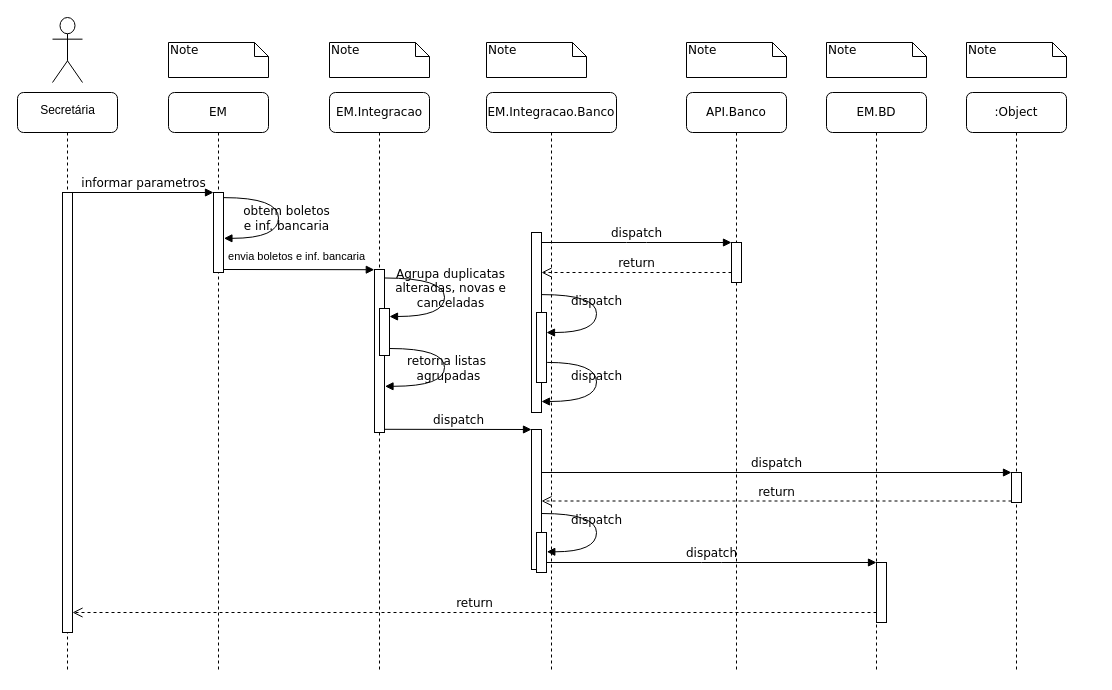
Joao-Daniel-EM/Joao-Daniel-EM keeps this draw.io diagram as Diagrama sem nome.drawio. Above is the earlier version. Source tidied: cells renumbered, new cells numbered last; positions are measured from the earlier drawing's top-left corner, leaving out a move shared by most shapes. Both pictures are drawn from the tidied source at 100%, with x=0, y=0 at pixel (17, 17).
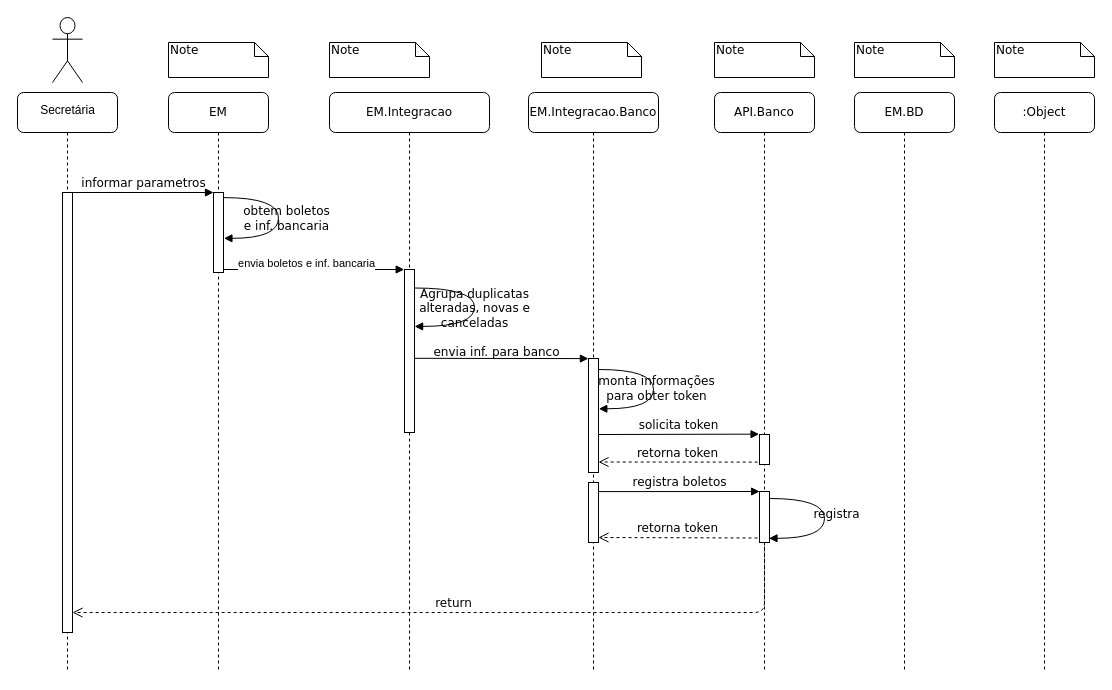
The same page after the edit.

The change refers to these unchanged cells:
```xml
<mxCell id="2" value="EM" style="shape=umlLifeline;perimeter=lifelinePerimeter;whiteSpace=wrap;html=1;rounded=1;shadow=0;comic=0;labelBackgroundColor=none;strokeWidth=1;fontFamily=Verdana;fontSize=12;align=center;" parent="1" vertex="1">
  <mxGeometry x="151" y="75" width="100" height="580" as="geometry" />
</mxCell>
```

What changed in the source:
```diff
@@
-    <mxCell id="5" value="envia boletos e inf. bancaria" style="html=1;verticalAlign=bottom;endArrow=block;curved=0;rounded=0;entryX=-0.024;entryY=0.001;entryDx=0;entryDy=0;entryPerimeter=0;" parent="2" edge="1">
-      <mxGeometry x="-0.03" y="4" relative="1" as="geometry">
+    <mxCell id="5" value="envia boletos e inf. bancaria" style="html=1;verticalAlign=bottom;endArrow=block;curved=0;rounded=0;entryX=-0.031;entryY=0;entryDx=0;entryDy=0;entryPerimeter=0;" parent="2" edge="1" target="7">
+      <mxGeometry x="-0.08" y="-3" relative="1" as="geometry">
         <mxPoint x="55" y="177" as="sourcePoint" />
-        <mxPoint x="205.8" y="177.2" as="targetPoint" />
       </mxGeometry>
     </mxCell>
     <mxCell id="6" value="EM.Integracao" style="shape=umlLifeline;perimeter=lifelinePerimeter;whiteSpace=wrap;html=1;rounded=1;shadow=0;comic=0;labelBackgroundColor=none;strokeWidth=1;fontFamily=Verdana;fontSize=12;align=center;" parent="1" vertex="1">
-      <mxGeometry x="312" y="75" width="100" height="580" as="geometry" />
+      <mxGeometry x="312" y="75" width="160" height="580" as="geometry" />
     </mxCell>
     <mxCell id="7" style="html=1;points=[];perimeter=orthogonalPerimeter;rounded=0;shadow=0;comic=0;labelBackgroundColor=none;strokeWidth=1;fontFamily=Verdana;fontSize=12;align=center;" parent="6" vertex="1">
-      <mxGeometry x="45" y="177" width="10" height="163" as="geometry" />
+      <mxGeometry x="75" y="177" width="10" height="163" as="geometry" />
     </mxCell>
-    <mxCell id="8" style="html=1;points=[[0,0,0,0,5],[0,1,0,0,-5],[1,0,0,0,5],[1,1,0,0,-5]];perimeter=orthogonalPerimeter;outlineConnect=0;targetShapes=umlLifeline;portConstraint=eastwest;newEdgeStyle={&quot;curved&quot;:0,&quot;rounded&quot;:0};" parent="6" vertex="1">
-      <mxGeometry x="50" y="216" width="10" height="47" as="geometry" />
-    </mxCell>
-    <mxCell id="9" value="Agrupa duplicatas&lt;br&gt;alteradas, novas e&lt;br&gt;canceladas" style="html=1;verticalAlign=bottom;endArrow=block;labelBackgroundColor=none;fontFamily=Verdana;fontSize=12;elbow=vertical;edgeStyle=orthogonalEdgeStyle;curved=1;exitX=0.988;exitY=0.052;exitPerimeter=0;exitDx=0;exitDy=0;" parent="6" edge="1" source="7" target="8">
-      <mxGeometry x="0.24" y="6" relative="1" as="geometry">
+    <mxCell id="9" value="Agrupa duplicatas&lt;br&gt;alteradas, novas e&lt;br&gt;canceladas" style="html=1;verticalAlign=bottom;endArrow=block;labelBackgroundColor=none;fontFamily=Verdana;fontSize=12;elbow=vertical;edgeStyle=orthogonalEdgeStyle;curved=1;exitX=0.988;exitY=0.052;exitPerimeter=0;exitDx=0;exitDy=0;entryX=1.011;entryY=0.288;entryDx=0;entryDy=0;entryPerimeter=0;" parent="6" edge="1">
+      <mxGeometry x="0.25" y="6" relative="1" as="geometry">
+        <mxPoint x="84.9" y="195.5" as="sourcePoint" />
+        <mxPoint x="85.1" y="233.9" as="targetPoint" />
         <Array as="points">
-          <mxPoint x="115" y="185" />
-          <mxPoint x="115" y="224" />
+          <mxPoint x="145" y="196" />
+          <mxPoint x="145" y="234" />
         </Array>
       </mxGeometry>
     </mxCell>
-    <mxCell id="10" value="retorna listas&lt;br&gt;&amp;nbsp;agrupadas" style="html=1;verticalAlign=bottom;endArrow=block;labelBackgroundColor=none;fontFamily=Verdana;fontSize=12;elbow=vertical;edgeStyle=orthogonalEdgeStyle;curved=1;entryX=1.051;entryY=0.461;entryPerimeter=0;entryDx=0;entryDy=0;" parent="6" edge="1">
-      <mxGeometry x="0.21" y="2" relative="1" as="geometry">
-        <mxPoint x="60" y="256" as="sourcePoint" />
-        <mxPoint x="55.5" y="293.8" as="targetPoint" />
-        <Array as="points">
-          <mxPoint x="115" y="256" />
-          <mxPoint x="115" y="294" />
-        </Array>
-      </mxGeometry>
-    </mxCell>
     <mxCell id="11" value="EM.Integracao.Banco" style="shape=umlLifeline;perimeter=lifelinePerimeter;whiteSpace=wrap;html=1;rounded=1;shadow=0;comic=0;labelBackgroundColor=none;strokeWidth=1;fontFamily=Verdana;fontSize=12;align=center;" parent="1" vertex="1">
-      <mxGeometry x="469" y="75" width="130" height="580" as="geometry" />
+      <mxGeometry x="511" y="75" width="130" height="580" as="geometry" />
     </mxCell>
+    <mxCell id="42" style="html=1;perimeter=orthogonalPerimeter;rounded=0;shadow=0;comic=0;labelBackgroundColor=none;strokeColor=#000000;strokeWidth=1;fillColor=#FFFFFF;fontFamily=Verdana;fontSize=12;fontColor=#000000;align=center;" parent="11" vertex="1">
+      <mxGeometry x="60" y="390" width="10" height="60" as="geometry" />
+    </mxCell>
     <mxCell id="12" value="API.Banco" style="shape=umlLifeline;perimeter=lifelinePerimeter;whiteSpace=wrap;html=1;rounded=1;shadow=0;comic=0;labelBackgroundColor=none;strokeWidth=1;fontFamily=Verdana;fontSize=12;align=center;" parent="1" vertex="1">
-      <mxGeometry x="669" y="75" width="100" height="580" as="geometry" />
+      <mxGeometry x="697" y="75" width="100" height="580" as="geometry" />
     </mxCell>
+    <mxCell id="26" style="html=1;points=[];perimeter=orthogonalPerimeter;rounded=0;shadow=0;comic=0;labelBackgroundColor=none;strokeWidth=1;fontFamily=Verdana;fontSize=12;align=center;" parent="12" vertex="1">
+      <mxGeometry x="45" y="399" width="10" height="51" as="geometry" />
+    </mxCell>
+    <mxCell id="43" value="retorna token" style="html=1;verticalAlign=bottom;endArrow=open;dashed=1;endSize=8;exitX=-0.18;exitY=0.92;labelBackgroundColor=none;fontFamily=Verdana;fontSize=12;exitDx=0;exitDy=0;exitPerimeter=0;" parent="12" edge="1">
+      <mxGeometry relative="1" as="geometry">
+        <mxPoint x="43" y="445.5" as="sourcePoint" />
+        <mxPoint x="-116" y="445" as="targetPoint" />
+      </mxGeometry>
+    </mxCell>
     <mxCell id="13" value="EM.BD" style="shape=umlLifeline;perimeter=lifelinePerimeter;whiteSpace=wrap;html=1;rounded=1;shadow=0;comic=0;labelBackgroundColor=none;strokeWidth=1;fontFamily=Verdana;fontSize=12;align=center;" parent="1" vertex="1">
-      <mxGeometry x="809" y="75" width="100" height="580" as="geometry" />
+      <mxGeometry x="837" y="75" width="100" height="580" as="geometry" />
     </mxCell>
     <mxCell id="14" value=":Object" style="shape=umlLifeline;perimeter=lifelinePerimeter;whiteSpace=wrap;html=1;rounded=1;shadow=0;comic=0;labelBackgroundColor=none;strokeWidth=1;fontFamily=Verdana;fontSize=12;align=center;" parent="1" vertex="1">
-      <mxGeometry x="949" y="75" width="100" height="580" as="geometry" />
+      <mxGeometry x="977" y="75" width="100" height="580" as="geometry" />
     </mxCell>
@@
-    <mxCell id="17" style="html=1;points=[];perimeter=orthogonalPerimeter;rounded=0;shadow=0;comic=0;labelBackgroundColor=none;strokeWidth=1;fontFamily=Verdana;fontSize=12;align=center;" parent="1" vertex="1">
-      <mxGeometry x="514" y="215" width="10" height="180" as="geometry" />
-    </mxCell>
-    <mxCell id="18" style="html=1;points=[];perimeter=orthogonalPerimeter;rounded=0;shadow=0;comic=0;labelBackgroundColor=none;strokeWidth=1;fontFamily=Verdana;fontSize=12;align=center;" parent="1" vertex="1">
-      <mxGeometry x="714" y="225" width="10" height="40" as="geometry" />
-    </mxCell>
-    <mxCell id="19" value="dispatch" style="html=1;verticalAlign=bottom;endArrow=block;entryX=0;entryY=0;labelBackgroundColor=none;fontFamily=Verdana;fontSize=12;edgeStyle=elbowEdgeStyle;elbow=vertical;" parent="1" edge="1" source="17" target="18">
-      <mxGeometry relative="1" as="geometry" />
-    </mxCell>
-    <mxCell id="20" value="return" style="html=1;verticalAlign=bottom;endArrow=open;dashed=1;endSize=8;labelBackgroundColor=none;fontFamily=Verdana;fontSize=12;edgeStyle=elbowEdgeStyle;elbow=vertical;" parent="1" edge="1" source="18" target="17">
-      <mxGeometry relative="1" as="geometry">
-        <Array as="points">
-          <mxPoint x="659" y="255" />
-          <mxPoint x="689" y="255" />
-        </Array>
-      </mxGeometry>
-    </mxCell>
     <mxCell id="21" style="html=1;points=[];perimeter=orthogonalPerimeter;rounded=0;shadow=0;comic=0;labelBackgroundColor=none;strokeWidth=1;fontFamily=Verdana;fontSize=12;align=center;" parent="1" vertex="1">
-      <mxGeometry x="514" y="412" width="10" height="140" as="geometry" />
+      <mxGeometry x="571" y="341" width="10" height="114" as="geometry" />
     </mxCell>
-    <mxCell id="22" value="dispatch" style="html=1;verticalAlign=bottom;endArrow=block;entryX=0;entryY=0;labelBackgroundColor=none;fontFamily=Verdana;fontSize=12;exitX=1;exitY=0.928;exitDx=0;exitDy=0;exitPerimeter=0;" parent="1" edge="1">
-      <mxGeometry relative="1" as="geometry">
-        <mxPoint x="367" y="411.8" as="sourcePoint" />
-        <mxPoint x="514" y="412" as="targetPoint" />
+    <mxCell id="22" value="envia inf. para banco" style="html=1;verticalAlign=bottom;endArrow=block;labelBackgroundColor=none;fontFamily=Verdana;fontSize=12;exitX=1;exitY=0.928;exitDx=0;exitDy=0;exitPerimeter=0;entryX=-0.013;entryY=0.001;entryDx=0;entryDy=0;entryPerimeter=0;shadow=0;" parent="1" edge="1">
+      <mxGeometry x="-0.06" y="-3" relative="1" as="geometry">
+        <mxPoint x="397" y="340.8" as="sourcePoint" />
+        <mxPoint x="570.9" y="341.1" as="targetPoint" />
       </mxGeometry>
     </mxCell>
     <mxCell id="23" style="html=1;points=[];perimeter=orthogonalPerimeter;rounded=0;shadow=0;comic=0;labelBackgroundColor=none;strokeColor=#000000;strokeWidth=1;fillColor=#FFFFFF;fontFamily=Verdana;fontSize=12;fontColor=#000000;align=center;" parent="1" vertex="1">
-      <mxGeometry x="994" y="455" width="10" height="30" as="geometry" />
+      <mxGeometry x="742" y="417" width="10" height="30" as="geometry" />
     </mxCell>
-    <mxCell id="24" value="dispatch" style="html=1;verticalAlign=bottom;endArrow=block;entryX=0;entryY=0;labelBackgroundColor=none;fontFamily=Verdana;fontSize=12;" parent="1" edge="1" source="21" target="23">
-      <mxGeometry relative="1" as="geometry" />
+    <mxCell id="24" value="solicita token" style="html=1;verticalAlign=bottom;endArrow=block;entryX=-0.042;entryY=-0.012;labelBackgroundColor=none;fontFamily=Verdana;fontSize=12;entryDx=0;entryDy=0;entryPerimeter=0;" parent="1" edge="1" target="23">
+      <mxGeometry relative="1" as="geometry">
+        <mxPoint x="581" y="417" as="sourcePoint" />
+      </mxGeometry>
     </mxCell>
-    <mxCell id="25" value="return" style="html=1;verticalAlign=bottom;endArrow=open;dashed=1;endSize=8;exitX=0;exitY=0.95;labelBackgroundColor=none;fontFamily=Verdana;fontSize=12;" parent="1" edge="1" source="23" target="21">
-      <mxGeometry relative="1" as="geometry" />
+    <mxCell id="25" value="retorna token" style="html=1;verticalAlign=bottom;endArrow=open;dashed=1;endSize=8;exitX=-0.18;exitY=0.92;labelBackgroundColor=none;fontFamily=Verdana;fontSize=12;exitDx=0;exitDy=0;exitPerimeter=0;" parent="1" edge="1" source="23">
+      <mxGeometry relative="1" as="geometry">
+        <mxPoint x="581" y="444.5" as="targetPoint" />
+      </mxGeometry>
     </mxCell>
-    <mxCell id="26" style="html=1;points=[];perimeter=orthogonalPerimeter;rounded=0;shadow=0;comic=0;labelBackgroundColor=none;strokeWidth=1;fontFamily=Verdana;fontSize=12;align=center;" parent="1" vertex="1">
-      <mxGeometry x="859" y="545" width="10" height="60" as="geometry" />
-    </mxCell>
-    <mxCell id="27" value="dispatch" style="html=1;verticalAlign=bottom;endArrow=block;entryX=0;entryY=0;labelBackgroundColor=none;fontFamily=Verdana;fontSize=12;edgeStyle=elbowEdgeStyle;elbow=vertical;" parent="1" edge="1" source="33" target="26">
-      <mxGeometry relative="1" as="geometry" />
+    <mxCell id="27" value="registra boletos" style="html=1;verticalAlign=bottom;endArrow=block;entryX=0.012;entryY=-0.001;labelBackgroundColor=none;fontFamily=Verdana;fontSize=12;edgeStyle=elbowEdgeStyle;elbow=vertical;entryDx=0;entryDy=0;entryPerimeter=0;" parent="1" edge="1" target="26">
+      <mxGeometry relative="1" as="geometry">
+        <mxPoint x="581" y="474.1" as="sourcePoint" />
+      </mxGeometry>
     </mxCell>
@@
-    <mxCell id="30" style="html=1;points=[];perimeter=orthogonalPerimeter;rounded=0;shadow=0;comic=0;labelBackgroundColor=none;strokeWidth=1;fontFamily=Verdana;fontSize=12;align=center;" parent="1" vertex="1">
-      <mxGeometry x="519" y="295" width="10" height="70" as="geometry" />
-    </mxCell>
-    <mxCell id="31" value="dispatch" style="html=1;verticalAlign=bottom;endArrow=block;labelBackgroundColor=none;fontFamily=Verdana;fontSize=12;elbow=vertical;edgeStyle=orthogonalEdgeStyle;curved=1;entryX=1;entryY=0.286;entryPerimeter=0;exitX=1.038;exitY=0.345;exitPerimeter=0;" parent="1" edge="1" source="17" target="30">
-      <mxGeometry relative="1" as="geometry">
-        <Array as="points">
-          <mxPoint x="579" y="277" />
-          <mxPoint x="579" y="315" />
-        </Array>
-      </mxGeometry>
-    </mxCell>
-    <mxCell id="32" value="dispatch" style="html=1;verticalAlign=bottom;endArrow=block;labelBackgroundColor=none;fontFamily=Verdana;fontSize=12;elbow=vertical;edgeStyle=orthogonalEdgeStyle;curved=1;exitX=1.066;exitY=0.713;exitPerimeter=0;" parent="1" edge="1" source="30">
-      <mxGeometry relative="1" as="geometry">
-        <mxPoint x="524" y="384" as="targetPoint" />
-        <Array as="points">
-          <mxPoint x="579" y="345" />
-          <mxPoint x="579" y="384" />
-        </Array>
-      </mxGeometry>
-    </mxCell>
-    <mxCell id="33" style="html=1;points=[];perimeter=orthogonalPerimeter;rounded=0;shadow=0;comic=0;labelBackgroundColor=none;strokeWidth=1;fontFamily=Verdana;fontSize=12;align=center;" parent="1" vertex="1">
-      <mxGeometry x="519" y="515" width="10" height="40" as="geometry" />
-    </mxCell>
-    <mxCell id="34" value="dispatch" style="html=1;verticalAlign=bottom;endArrow=block;labelBackgroundColor=none;fontFamily=Verdana;fontSize=12;elbow=vertical;edgeStyle=orthogonalEdgeStyle;curved=1;entryX=1;entryY=0.286;entryPerimeter=0;exitX=1.038;exitY=0.345;exitPerimeter=0;" parent="1" edge="1">
-      <mxGeometry relative="1" as="geometry">
-        <mxPoint x="524.3" y="496" as="sourcePoint" />
-        <mxPoint x="529.3" y="534.3" as="targetPoint" />
+    <mxCell id="34" value="monta informações&lt;br&gt;para obter token" style="html=1;verticalAlign=bottom;endArrow=block;labelBackgroundColor=none;fontFamily=Verdana;fontSize=12;elbow=vertical;edgeStyle=orthogonalEdgeStyle;curved=1;entryX=1.031;entryY=0.441;entryPerimeter=0;exitX=1.038;exitY=0.345;exitPerimeter=0;entryDx=0;entryDy=0;" parent="1" edge="1" target="21">
+      <mxGeometry x="0.23" y="3" relative="1" as="geometry">
+        <mxPoint x="581.3" y="352" as="sourcePoint" />
         <Array as="points">
-          <mxPoint x="579" y="496" />
-          <mxPoint x="579" y="534" />
+          <mxPoint x="636" y="352" />
+          <mxPoint x="636" y="391" />
         </Array>
       </mxGeometry>
     </mxCell>
@@
     <mxCell id="37" value="Note" style="shape=note;whiteSpace=wrap;html=1;size=14;verticalAlign=top;align=left;spacingTop=-6;rounded=0;shadow=0;comic=0;labelBackgroundColor=none;strokeWidth=1;fontFamily=Verdana;fontSize=12;" parent="1" vertex="1">
-      <mxGeometry x="469" y="25" width="100" height="35" as="geometry" />
+      <mxGeometry x="524" y="25" width="100" height="35" as="geometry" />
     </mxCell>
     <mxCell id="38" value="Note" style="shape=note;whiteSpace=wrap;html=1;size=14;verticalAlign=top;align=left;spacingTop=-6;rounded=0;shadow=0;comic=0;labelBackgroundColor=none;strokeWidth=1;fontFamily=Verdana;fontSize=12;" parent="1" vertex="1">
-      <mxGeometry x="669" y="25" width="100" height="35" as="geometry" />
+      <mxGeometry x="697" y="25" width="100" height="35" as="geometry" />
     </mxCell>
     <mxCell id="39" value="Note" style="shape=note;whiteSpace=wrap;html=1;size=14;verticalAlign=top;align=left;spacingTop=-6;rounded=0;shadow=0;comic=0;labelBackgroundColor=none;strokeWidth=1;fontFamily=Verdana;fontSize=12;" parent="1" vertex="1">
-      <mxGeometry x="809" y="25" width="100" height="35" as="geometry" />
+      <mxGeometry x="837" y="25" width="100" height="35" as="geometry" />
     </mxCell>
     <mxCell id="40" value="Note" style="shape=note;whiteSpace=wrap;html=1;size=14;verticalAlign=top;align=left;spacingTop=-6;rounded=0;shadow=0;comic=0;labelBackgroundColor=none;strokeWidth=1;fontFamily=Verdana;fontSize=12;" parent="1" vertex="1">
-      <mxGeometry x="949" y="25" width="100" height="35" as="geometry" />
+      <mxGeometry x="977" y="25" width="100" height="35" as="geometry" />
     </mxCell>
@@
+    <mxCell id="44" value="registra" style="html=1;verticalAlign=bottom;endArrow=block;labelBackgroundColor=none;fontFamily=Verdana;fontSize=12;elbow=vertical;edgeStyle=orthogonalEdgeStyle;curved=1;entryX=0.948;entryY=0.918;entryPerimeter=0;exitX=1.038;exitY=0.345;exitPerimeter=0;entryDx=0;entryDy=0;" parent="1" edge="1" target="26">
+      <mxGeometry x="0.07" y="12" relative="1" as="geometry">
+        <mxPoint x="752.3" y="481" as="sourcePoint" />
+        <Array as="points">
+          <mxPoint x="807" y="481" />
+          <mxPoint x="807" y="520" />
+          <mxPoint x="752" y="520" />
+        </Array>
+      </mxGeometry>
+    </mxCell>
```
